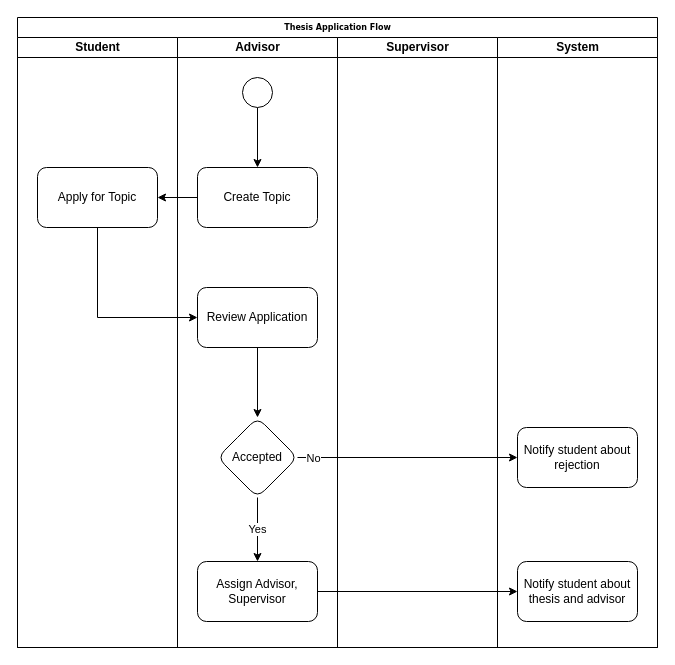
This is thesis-application-flowchart.drawio from fabian-emilius/bachelor-thesis-charts, a draw.io file, before an edit. Source tidied: cells renumbered, new cells numbered last; positions are measured from the earlier drawing's top-left corner, leaving out a move shared by most shapes. Both pictures are drawn from the tidied source at 100%, with x=0, y=0 at pixel (17, 17).
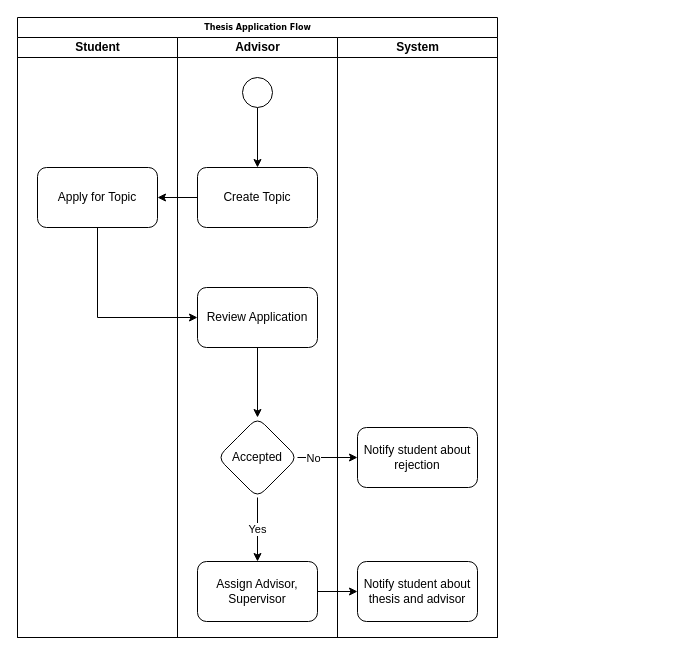
The same diagram, later.

Unchanged cells that the change refers to:
```xml
<mxCell id="20" style="edgeStyle=orthogonalEdgeStyle;rounded=0;jettySize=auto;html=1;" parent="2" edge="1" source="12" target="16">
  <mxGeometry relative="1" as="geometry" />
</mxCell>
```

The edit, as a diff of the source:
```diff
@@
     <mxCell id="2" value="Thesis Application Flow" style="swimlane;html=1;startSize=20;rounded=0;shadow=0;labelBackgroundColor=none;strokeWidth=1;fontFamily=Verdana;fontSize=8;align=center;" parent="1" vertex="1">
-      <mxGeometry width="640" height="630" as="geometry" />
+      <mxGeometry width="480" height="620" as="geometry" />
     </mxCell>
     <mxCell id="3" value="Student" style="swimlane;html=1;startSize=20;" parent="2" vertex="1">
-      <mxGeometry y="20" width="160" height="610" as="geometry" />
+      <mxGeometry y="20" width="160" height="600" as="geometry" />
     </mxCell>
@@
     <mxCell id="5" value="Advisor" style="swimlane;html=1;startSize=20;" parent="2" vertex="1">
-      <mxGeometry x="160" y="20" width="160" height="610" as="geometry" />
+      <mxGeometry x="160" y="20" width="160" height="600" as="geometry" />
     </mxCell>
@@
-    <mxCell id="14" value="Supervisor" style="swimlane;html=1;startSize=20;" parent="2" vertex="1">
-      <mxGeometry x="320" y="20" width="160" height="610" as="geometry" />
+    <mxCell id="14" value="System" style="swimlane;html=1;startSize=20;" parent="2" vertex="1">
+      <mxGeometry x="320" y="20" width="160" height="600" as="geometry" />
     </mxCell>
-    <mxCell id="15" value="System" style="swimlane;html=1;startSize=20;" parent="2" vertex="1">
-      <mxGeometry x="480" y="20" width="160" height="610" as="geometry" />
-    </mxCell>
-    <mxCell id="16" value="Notify student about rejection" style="whiteSpace=wrap;html=1;rounded=1;" parent="15" vertex="1">
+    <mxCell id="16" value="Notify student about rejection" style="whiteSpace=wrap;html=1;rounded=1;" parent="14" vertex="1">
       <mxGeometry x="20" y="390" width="120" height="60" as="geometry" />
     </mxCell>
-    <mxCell id="17" value="Notify student about thesis and advisor" style="whiteSpace=wrap;html=1;rounded=1;" parent="15" vertex="1">
+    <mxCell id="17" value="Notify student about thesis and advisor" style="whiteSpace=wrap;html=1;rounded=1;" parent="14" vertex="1">
       <mxGeometry x="20" y="524" width="120" height="60" as="geometry" />
     </mxCell>
@@
     <mxCell id="21" value="No" style="edgeLabel;html=1;align=center;verticalAlign=middle;" parent="20" vertex="1">
       <mxGeometry x="-0.83" relative="1" as="geometry">
-        <mxPoint x="-4" as="offset" />
+        <mxPoint x="10" as="offset" />
       </mxGeometry>
     </mxCell>
```
